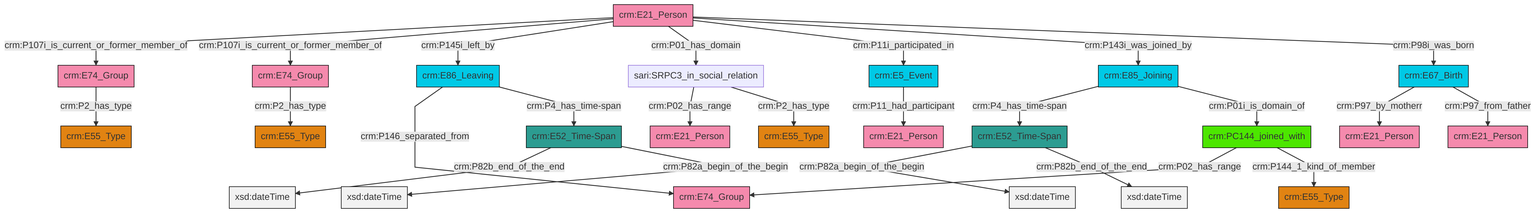
swiss-art-research-net/docs.swissartresearch keeps this Mermaid diagram as et/personCSV/ttl/mmd/png/Person_Actor_Relations.png. Above is the earlier version. Its source is kept beside it as et/personCSV/ttl/mmd/Person_Actor_Relations.ttl.mmd.
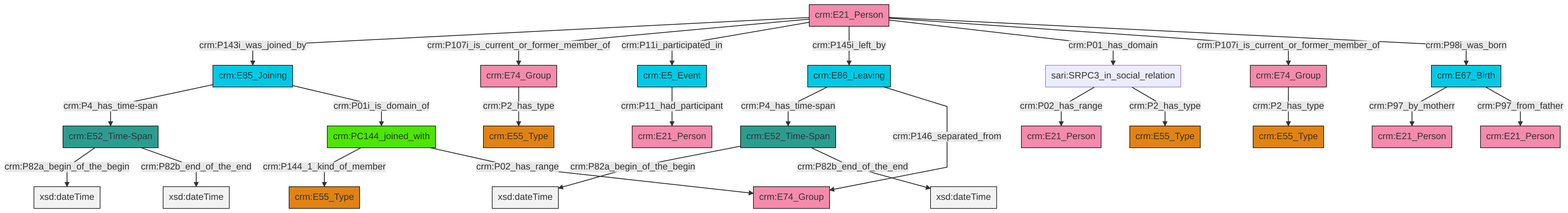
The same file after the commit.

Change to the diagram source:
```diff
@@ -13,27 +13,27 @@
 classDef PC_Classes fill:#4ce600, stroke:#000000;
 classDef Multi fill:#cccccc,stroke:#000000;
 
-0["crm:E67_Birth"]:::Temporal_Entity -->|crm:P97_by_motherr| 1["crm:E21_Person"]:::Actor
-2["crm:E21_Person"]:::Actor -->|crm:P107i_is_current_or_former_member_of| 3["crm:E74_Group"]:::Actor
-4["crm:E52_Time-Span"]:::Time-Span -->|crm:P82b_end_of_the_end| 5[xsd:dateTime]:::Literal
-16["crm:E52_Time-Span"]:::Time-Span -->|crm:P82a_begin_of_the_begin| 17[xsd:dateTime]:::Literal
-3["crm:E74_Group"]:::Actor -->|crm:P2_has_type| 14["crm:E55_Type"]:::Type
-2["crm:E21_Person"]:::Actor -->|crm:P107i_is_current_or_former_member_of| 21["crm:E74_Group"]:::Actor
-22["sari:SRPC3_in_social_relation"]:::Default -->|crm:P02_has_range| 23["crm:E21_Person"]:::Actor
-19["crm:E5_Event"]:::Temporal_Entity -->|crm:P11_had_participant| 31["crm:E21_Person"]:::Actor
-12["crm:E86_Leaving"]:::Temporal_Entity -->|crm:P146_separated_from| 10["crm:E74_Group"]:::Actor
-2["crm:E21_Person"]:::Actor -->|crm:P145i_left_by| 12["crm:E86_Leaving"]:::Temporal_Entity
-4["crm:E52_Time-Span"]:::Time-Span -->|crm:P82a_begin_of_the_begin| 33[xsd:dateTime]:::Literal
-8["crm:PC144_joined_with"]:::PC_Classes -->|crm:P02_has_range| 10["crm:E74_Group"]:::Actor
-8["crm:PC144_joined_with"]:::PC_Classes -->|crm:P144_1_kind_of_member| 6["crm:E55_Type"]:::Type
-2["crm:E21_Person"]:::Actor -->|crm:P01_has_domain| 22["sari:SRPC3_in_social_relation"]:::Default
-2["crm:E21_Person"]:::Actor -->|crm:P11i_participated_in| 19["crm:E5_Event"]:::Temporal_Entity
-2["crm:E21_Person"]:::Actor -->|crm:P143i_was_joined_by| 24["crm:E85_Joining"]:::Temporal_Entity
-12["crm:E86_Leaving"]:::Temporal_Entity -->|crm:P4_has_time-span| 4["crm:E52_Time-Span"]:::Time-Span
-16["crm:E52_Time-Span"]:::Time-Span -->|crm:P82b_end_of_the_end| 42[xsd:dateTime]:::Literal
-24["crm:E85_Joining"]:::Temporal_Entity -->|crm:P4_has_time-span| 16["crm:E52_Time-Span"]:::Time-Span
-24["crm:E85_Joining"]:::Temporal_Entity -->|crm:P01i_is_domain_of| 8["crm:PC144_joined_with"]:::PC_Classes
-22["sari:SRPC3_in_social_relation"]:::Default -->|crm:P2_has_type| 34["crm:E55_Type"]:::Type
-0["crm:E67_Birth"]:::Temporal_Entity -->|crm:P97_from_father| 36["crm:E21_Person"]:::Actor
-21["crm:E74_Group"]:::Actor -->|crm:P2_has_type| 28["crm:E55_Type"]:::Type
-2["crm:E21_Person"]:::Actor -->|crm:P98i_was_born| 0["crm:E67_Birth"]:::Temporal_Entity
+4["crm:E52_Time-Span"]:::Time-Span -->|crm:P82a_begin_of_the_begin| 8[xsd:dateTime]:::Literal
+9["crm:E21_Person"]:::Actor -->|crm:P143i_was_joined_by| 10["crm:E85_Joining"]:::Temporal_Entity
+9["crm:E21_Person"]:::Actor -->|crm:P107i_is_current_or_former_member_of| 13["crm:E74_Group"]:::Actor
+9["crm:E21_Person"]:::Actor -->|crm:P11i_participated_in| 14["crm:E5_Event"]:::Temporal_Entity
+17["crm:E86_Leaving"]:::Temporal_Entity -->|crm:P4_has_time-span| 18["crm:E52_Time-Span"]:::Time-Span
+25["crm:E67_Birth"]:::Temporal_Entity -->|crm:P97_by_motherr| 21["crm:E21_Person"]:::Actor
+14["crm:E5_Event"]:::Temporal_Entity -->|crm:P11_had_participant| 28["crm:E21_Person"]:::Actor
+10["crm:E85_Joining"]:::Temporal_Entity -->|crm:P4_has_time-span| 4["crm:E52_Time-Span"]:::Time-Span
+17["crm:E86_Leaving"]:::Temporal_Entity -->|crm:P146_separated_from| 6["crm:E74_Group"]:::Actor
+9["crm:E21_Person"]:::Actor -->|crm:P145i_left_by| 17["crm:E86_Leaving"]:::Temporal_Entity
+31["crm:PC144_joined_with"]:::PC_Classes -->|crm:P144_1_kind_of_member| 19["crm:E55_Type"]:::Type
+15["crm:E74_Group"]:::Actor -->|crm:P2_has_type| 11["crm:E55_Type"]:::Type
+31["crm:PC144_joined_with"]:::PC_Classes -->|crm:P02_has_range| 6["crm:E74_Group"]:::Actor
+23["sari:SRPC3_in_social_relation"]:::Default -->|crm:P02_has_range| 33["crm:E21_Person"]:::Actor
+10["crm:E85_Joining"]:::Temporal_Entity -->|crm:P01i_is_domain_of| 31["crm:PC144_joined_with"]:::PC_Classes
+25["crm:E67_Birth"]:::Temporal_Entity -->|crm:P97_from_father| 0["crm:E21_Person"]:::Actor
+18["crm:E52_Time-Span"]:::Time-Span -->|crm:P82a_begin_of_the_begin| 36[xsd:dateTime]:::Literal
+9["crm:E21_Person"]:::Actor -->|crm:P01_has_domain| 23["sari:SRPC3_in_social_relation"]:::Default
+9["crm:E21_Person"]:::Actor -->|crm:P107i_is_current_or_former_member_of| 15["crm:E74_Group"]:::Actor
+9["crm:E21_Person"]:::Actor -->|crm:P98i_was_born| 25["crm:E67_Birth"]:::Temporal_Entity
+13["crm:E74_Group"]:::Actor -->|crm:P2_has_type| 26["crm:E55_Type"]:::Type
+23["sari:SRPC3_in_social_relation"]:::Default -->|crm:P2_has_type| 2["crm:E55_Type"]:::Type
+18["crm:E52_Time-Span"]:::Time-Span -->|crm:P82b_end_of_the_end| 41[xsd:dateTime]:::Literal
+4["crm:E52_Time-Span"]:::Time-Span -->|crm:P82b_end_of_the_end| 43[xsd:dateTime]:::Literal
```
